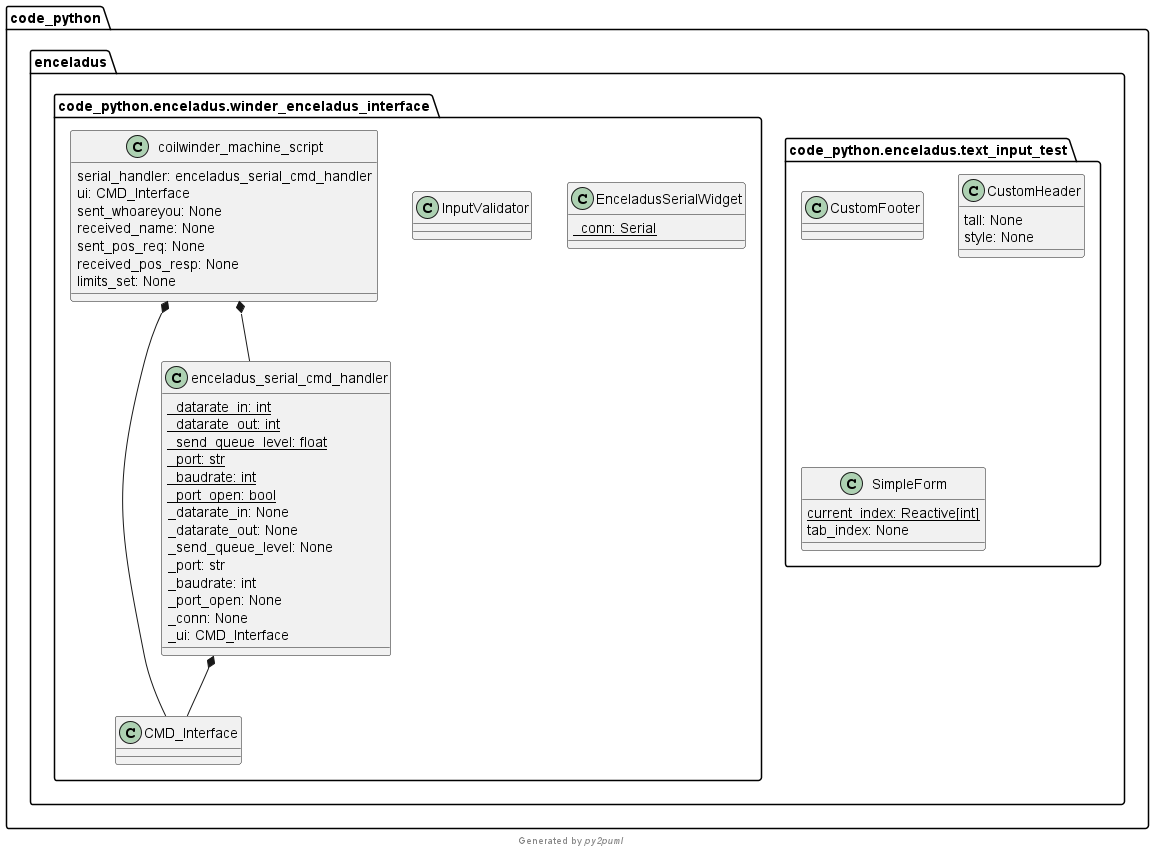
Above: Code_Schematics/code_python.png in LexSoko/CES_Projekt (PlantUML), before the change.
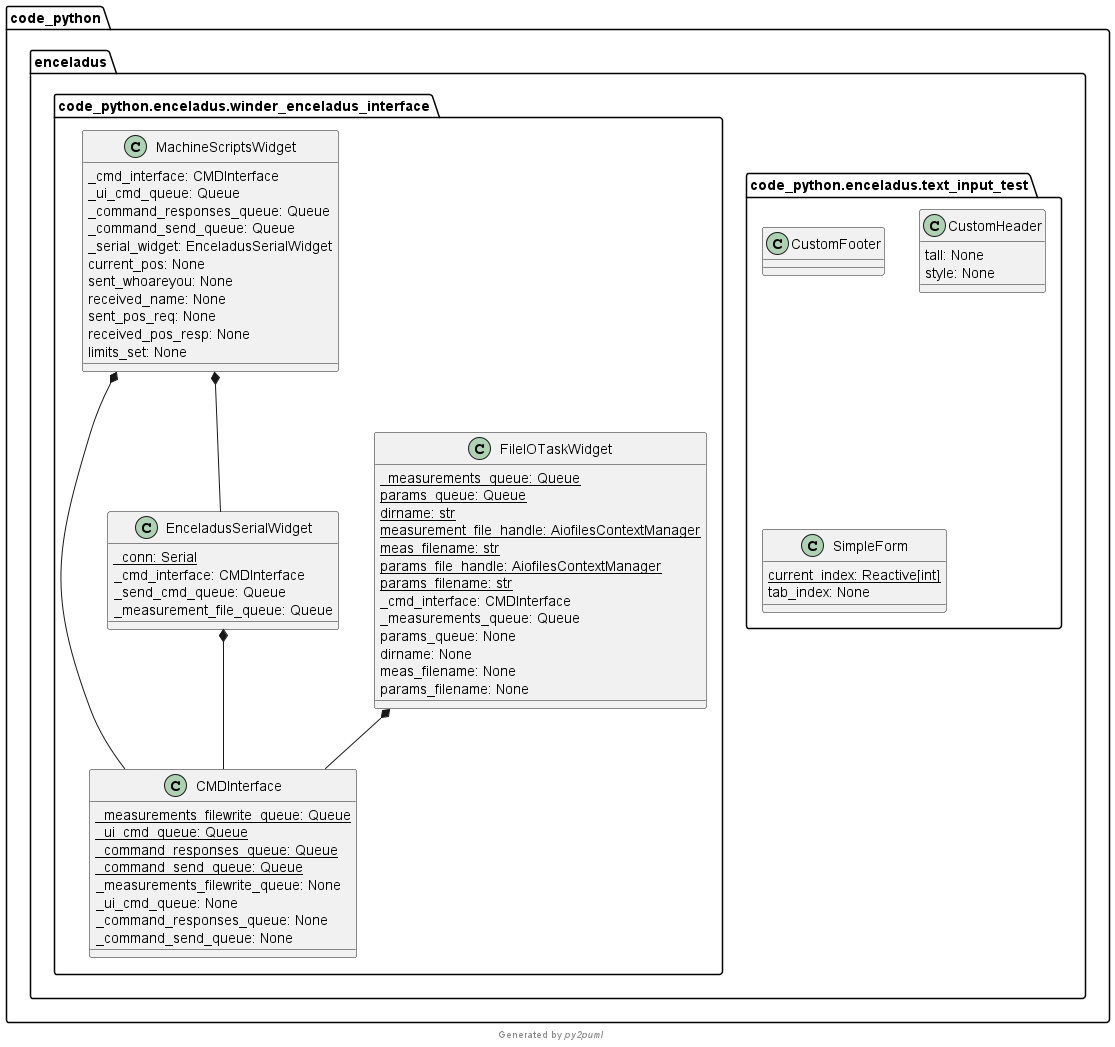
The same diagram one commit later.

Commit message:
big python code refactoring finished

The edit, as a diff of the source:
```diff
@@ -13,40 +13,53 @@
   current_index: Reactive[int] {static}
   tab_index: None
 }
-class code_python.enceladus.winder_enceladus_interface.CMD_Interface {
+class code_python.enceladus.winder_enceladus_interface.CMDInterface {
+  _measurements_filewrite_queue: Queue {static}
+  _ui_cmd_queue: Queue {static}
+  _command_responses_queue: Queue {static}
+  _command_send_queue: Queue {static}
+  _measurements_filewrite_queue: None
+  _ui_cmd_queue: None
+  _command_responses_queue: None
+  _command_send_queue: None
 }
 class code_python.enceladus.winder_enceladus_interface.EnceladusSerialWidget {
   _conn: Serial {static}
+  _cmd_interface: CMDInterface
+  _send_cmd_queue: Queue
+  _measurement_file_queue: Queue
 }
-class code_python.enceladus.winder_enceladus_interface.InputValidator {
+class code_python.enceladus.winder_enceladus_interface.FileIOTaskWidget {
+  _measurements_queue: Queue {static}
+  params_queue: Queue {static}
+  dirname: str {static}
+  measurement_file_handle: AiofilesContextManager {static}
+  meas_filename: str {static}
+  params_file_handle: AiofilesContextManager {static}
+  params_filename: str {static}
+  _cmd_interface: CMDInterface
+  _measurements_queue: Queue
+  params_queue: None
+  dirname: None
+  meas_filename: None
+  params_filename: None
 }
-class code_python.enceladus.winder_enceladus_interface.coilwinder_machine_script {
-  serial_handler: enceladus_serial_cmd_handler
-  ui: CMD_Interface
+class code_python.enceladus.winder_enceladus_interface.MachineScriptsWidget {
+  _cmd_interface: CMDInterface
+  _ui_cmd_queue: Queue
+  _command_responses_queue: Queue
+  _command_send_queue: Queue
+  _serial_widget: EnceladusSerialWidget
+  current_pos: None
   sent_whoareyou: None
   received_name: None
   sent_pos_req: None
   received_pos_resp: None
   limits_set: None
 }
-class code_python.enceladus.winder_enceladus_interface.enceladus_serial_cmd_handler {
-  _datarate_in: int {static}
-  _datarate_out: int {static}
-  _send_queue_level: float {static}
-  _port: str {static}
-  _baudrate: int {static}
-  _port_open: bool {static}
-  _datarate_in: None
-  _datarate_out: None
-  _send_queue_level: None
-  _port: str
-  _baudrate: int
-  _port_open: None
-  _conn: None
-  _ui: CMD_Interface
-}
-code_python.enceladus.winder_enceladus_interface.coilwinder_machine_script *-- code_python.enceladus.winder_enceladus_interface.enceladus_serial_cmd_handler
-code_python.enceladus.winder_enceladus_interface.coilwinder_machine_script *-- code_python.enceladus.winder_enceladus_interface.CMD_Interface
-code_python.enceladus.winder_enceladus_interface.enceladus_serial_cmd_handler *-- code_python.enceladus.winder_enceladus_interface.CMD_Interface
+code_python.enceladus.winder_enceladus_interface.EnceladusSerialWidget *-- code_python.enceladus.winder_enceladus_interface.CMDInterface
+code_python.enceladus.winder_enceladus_interface.FileIOTaskWidget *-- code_python.enceladus.winder_enceladus_interface.CMDInterface
+code_python.enceladus.winder_enceladus_interface.MachineScriptsWidget *-- code_python.enceladus.winder_enceladus_interface.CMDInterface
+code_python.enceladus.winder_enceladus_interface.MachineScriptsWidget *-- code_python.enceladus.winder_enceladus_interface.EnceladusSerialWidget
 footer Generated by //py2puml//
 @enduml
```
